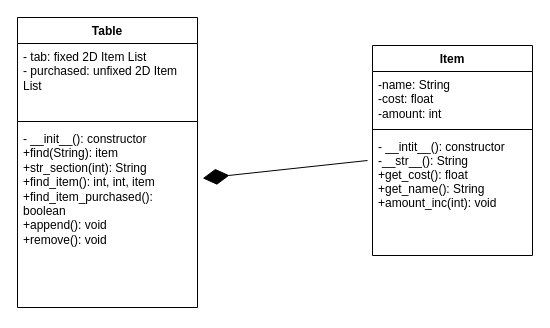
Earlier version of the draw.io diagram Python/Projects/Prj1/Grocery_Store.drawio (Serpent1776/code). Source tidied: cells renumbered, new cells numbered last; positions are measured from the earlier drawing's top-left corner, leaving out a move shared by most shapes. Both pictures are drawn from the tidied source at 100%, with x=0, y=0 at pixel (17, 17).
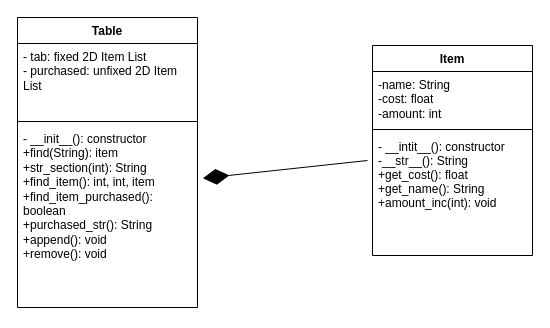
The same diagram, later.

What changed in the source:
```diff
@@
 <mxGraphModel>
   <root>
     <mxCell id="0" />
     <mxCell id="1" parent="0" />
     <mxCell id="2" value="Table" style="swimlane;fontStyle=1;align=center;verticalAlign=top;horizontal=1;startSize=26;" parent="1" vertex="1">
       <mxGeometry width="180" height="290" as="geometry" />
     </mxCell>
     <mxCell id="3" value="- tab: fixed 2D Item List&#10;- purchased: unfixed 2D Item List" style="text;strokeColor=none;fillColor=none;align=left;verticalAlign=top;spacingLeft=4;spacingRight=4;overflow=hidden;whiteSpace=wrap;" parent="2" vertex="1">
       <mxGeometry y="26" width="180" height="74" as="geometry" />
     </mxCell>
     <mxCell id="4" style="line;strokeWidth=1;fillColor=none;align=left;verticalAlign=middle;spacingTop=-1;spacingLeft=3;spacingRight=3;labelPosition=right;strokeColor=inherit;" parent="2" vertex="1">
       <mxGeometry y="100" width="180" height="8" as="geometry" />
     </mxCell>
-    <mxCell id="5" value="- __init__(): constructor&#10;+find(String): item&#10;+str_section(int): String&#10;+find_item(): int, int, item &#10;+find_item_purchased(): boolean&#10;+append(): void&#10;+remove(): void" style="text;strokeColor=none;fillColor=none;align=left;verticalAlign=top;spacingLeft=4;spacingRight=4;overflow=hidden;points=[[0,0.5],[1,0.5]];portConstraint=eastwest;whiteSpace=wrap;" parent="2" vertex="1">
+    <mxCell id="5" value="- __init__(): constructor&#10;+find(String): item&#10;+str_section(int): String&#10;+find_item(): int, int, item &#10;+find_item_purchased(): boolean&#10;+purchased_str(): String&#10;+append(): void&#10;+remove(): void" style="text;strokeColor=none;fillColor=none;align=left;verticalAlign=top;spacingLeft=4;spacingRight=4;overflow=hidden;points=[[0,0.5],[1,0.5]];portConstraint=eastwest;whiteSpace=wrap;" parent="2" vertex="1">
       <mxGeometry y="108" width="180" height="182" as="geometry" />
     </mxCell>
     <mxCell id="6" value="Item" style="swimlane;fontStyle=1;align=center;verticalAlign=top;horizontal=1;startSize=26;whiteSpace=wrap;" parent="1" vertex="1">
       <mxGeometry x="355" y="28" width="160" height="210" as="geometry" />
     </mxCell>
     <mxCell id="7" value="-name: String&#10;-cost: float&#10;-amount: int" style="text;strokeColor=none;fillColor=none;align=left;verticalAlign=top;spacingLeft=4;spacingRight=4;overflow=hidden;whiteSpace=wrap;" parent="6" vertex="1">
       <mxGeometry y="26" width="160" height="54" as="geometry" />
     </mxCell>
     <mxCell id="8" style="line;strokeWidth=1;fillColor=none;align=left;verticalAlign=middle;spacingTop=-1;spacingLeft=3;spacingRight=3;labelPosition=right;strokeColor=inherit;" parent="6" vertex="1">
       <mxGeometry y="80" width="160" height="8" as="geometry" />
     </mxCell>
     <mxCell id="9" value="- __intit__(): constructor&#10;-__str__(): String&#10;+get_cost(): float&#10;+get_name(): String&#10;+amount_inc(int): void" style="text;strokeColor=none;fillColor=none;align=left;verticalAlign=top;spacingLeft=4;spacingRight=4;overflow=hidden;" parent="6" vertex="1">
       <mxGeometry y="88" width="160" height="122" as="geometry" />
     </mxCell>
     <mxCell id="10" style="endArrow=diamondThin;endFill=1;endSize=24;html=1;entryX=1.029;entryY=0.29;entryDx=0;entryDy=0;entryPerimeter=0;" parent="1" edge="1" target="5">
       <mxGeometry relative="1" as="geometry">
         <mxPoint x="350" y="143" as="sourcePoint" />
       </mxGeometry>
     </mxCell>
   </root>
 </mxGraphModel>
```
